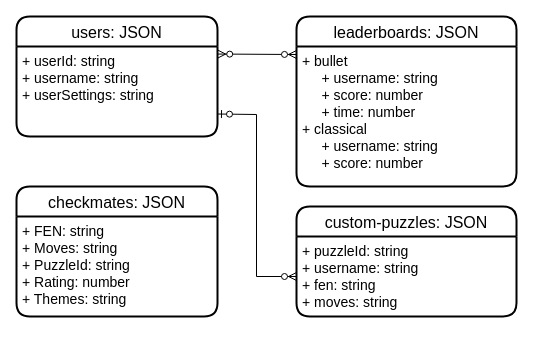
Above: documents/diagrams/ERDiagram.drawio in esaijimenez/Checkmate (draw.io), before the change. Source tidied: cells renumbered, new cells numbered last; positions are measured from the earlier drawing's top-left corner, leaving out a move shared by most shapes. Both pictures are drawn from the tidied source at 100%, with x=0, y=0 at pixel (16, 16).
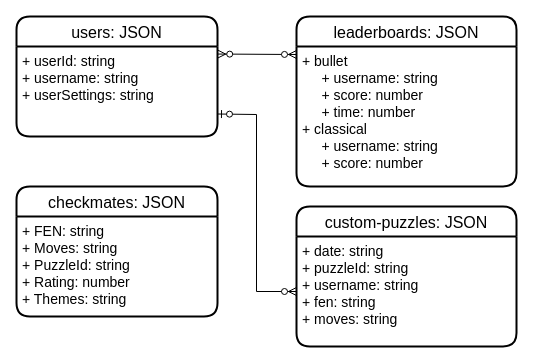
The same diagram, later.

Change to the diagram source:
```diff
@@
 <mxGraphModel background="#FFFFFF">
   <root>
     <mxCell id="0" />
     <mxCell id="1" parent="0" />
     <mxCell id="2" value="checkmates: JSON" style="swimlane;horizontal=1;startSize=30;rounded=1;fontSize=16;fontStyle=0;strokeWidth=2;shadow=0;dashed=0;align=center;" parent="1" vertex="1">
       <mxGeometry y="170" width="201" height="130" as="geometry" />
     </mxCell>
     <mxCell id="3" value="+ FEN: string&#10;+ Moves: string&#10;+ PuzzleId: string&#10;+ Rating: number&#10;+ Themes: string" style="align=left;strokeColor=none;fillColor=none;spacingLeft=4;fontSize=14;verticalAlign=top;" parent="2" vertex="1">
       <mxGeometry y="30" width="201" height="100" as="geometry" />
     </mxCell>
     <mxCell id="4" value="users: JSON" style="swimlane;horizontal=1;startSize=30;rounded=1;fontSize=16;fontStyle=0;strokeWidth=2;shadow=0;dashed=0;align=center;" parent="1" vertex="1">
       <mxGeometry width="201" height="120" as="geometry" />
     </mxCell>
     <mxCell id="5" value="+ userId: string&#10;+ username: string&#10;+ userSettings: string" style="align=left;strokeColor=none;fillColor=none;spacingLeft=4;fontSize=14;verticalAlign=top;" parent="4" vertex="1">
       <mxGeometry y="30" width="201" height="90" as="geometry" />
     </mxCell>
     <mxCell id="6" value="custom-puzzles: JSON" style="swimlane;horizontal=1;startSize=30;rounded=1;fontSize=16;fontStyle=0;strokeWidth=2;shadow=0;dashed=0;align=center;" parent="1" vertex="1">
-      <mxGeometry x="280" y="190" width="220" height="110" as="geometry" />
+      <mxGeometry x="280" y="190" width="220" height="140" as="geometry" />
     </mxCell>
-    <mxCell id="7" value="+ puzzleId: string&#10;+ username: string&#10;+ fen: string&#10;+ moves: string" style="align=left;strokeColor=none;fillColor=none;spacingLeft=4;fontSize=14;verticalAlign=top;" parent="6" vertex="1">
-      <mxGeometry y="30" width="220" height="80" as="geometry" />
+    <mxCell id="7" value="+ date: string&#10;+ puzzleId: string&#10;+ username: string&#10;+ fen: string&#10;+ moves: string" style="align=left;strokeColor=none;fillColor=none;spacingLeft=4;fontSize=14;verticalAlign=top;" parent="6" vertex="1">
+      <mxGeometry y="30" width="220" height="110" as="geometry" />
     </mxCell>
     <mxCell id="8" value="leaderboards: JSON" style="swimlane;horizontal=1;startSize=30;rounded=1;fontSize=16;fontStyle=0;strokeWidth=2;shadow=0;dashed=0;align=center;" parent="1" vertex="1">
       <mxGeometry x="280" width="220" height="170" as="geometry" />
     </mxCell>
     <mxCell id="9" value="+ bullet&#10;     + username: string&#10;     + score: number&#10;     + time: number&#10;+ classical&#10;     + username: string&#10;     + score: number&#10;" style="align=left;strokeColor=none;fillColor=none;spacingLeft=4;fontSize=14;verticalAlign=top;" parent="8" vertex="1">
       <mxGeometry y="30" width="220" height="140" as="geometry" />
     </mxCell>
     <mxCell id="10" style="fontSize=12;html=1;startArrow=ERzeroToOne;endArrow=ERzeroToMany;rounded=0;labelBackgroundColor=default;strokeColor=default;fontFamily=Helvetica;fontColor=default;shape=connector;exitX=1;exitY=0.75;exitDx=0;exitDy=0;entryX=0;entryY=0.5;entryDx=0;entryDy=0;" parent="1" edge="1" source="5" target="7">
       <mxGeometry relative="1" as="geometry">
         <Array as="points">
           <mxPoint x="240" y="98" />
-          <mxPoint x="240" y="260" />
+          <mxPoint x="240" y="275" />
         </Array>
       </mxGeometry>
     </mxCell>
     <mxCell id="11" style="fontSize=12;html=1;startArrow=ERzeroToMany;endArrow=ERzeroToMany;rounded=0;labelBackgroundColor=default;strokeColor=default;fontFamily=Helvetica;fontColor=default;shape=connector;exitX=1.001;exitY=0.084;exitDx=0;exitDy=0;exitPerimeter=0;" parent="1" edge="1" source="5">
       <mxGeometry relative="1" as="geometry">
         <mxPoint x="280" y="38" as="targetPoint" />
       </mxGeometry>
     </mxCell>
   </root>
 </mxGraphModel>
```
